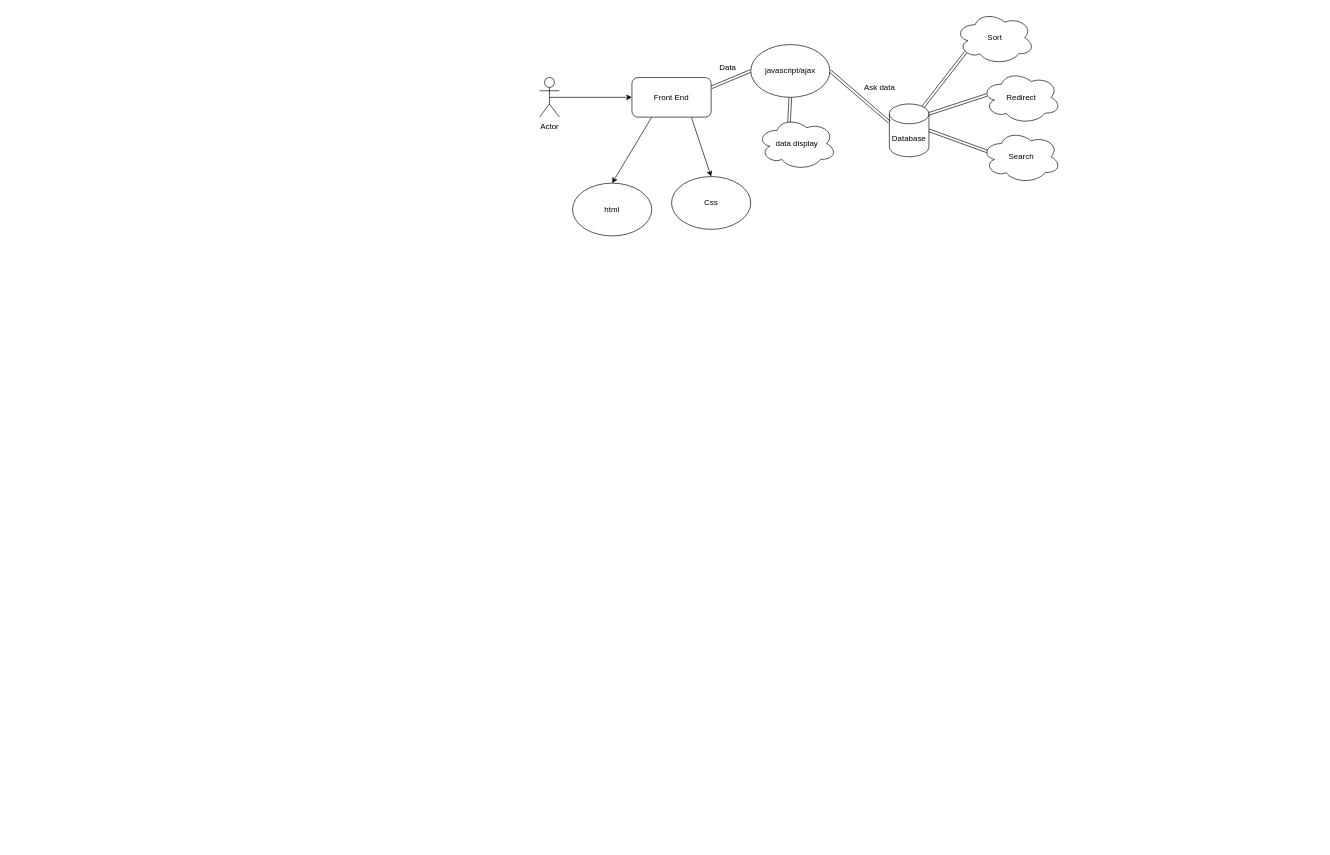
KiRyuWen/Students-Job-Orientation keeps this draw.io diagram as diagram.drawio. Above is the earlier version. Source tidied: cells renumbered, new cells numbered last; positions are measured from the earlier drawing's top-left corner, leaving out a move shared by most shapes. Both pictures are drawn from the tidied source at 66%, with x=0, y=0 at pixel (539, 11).
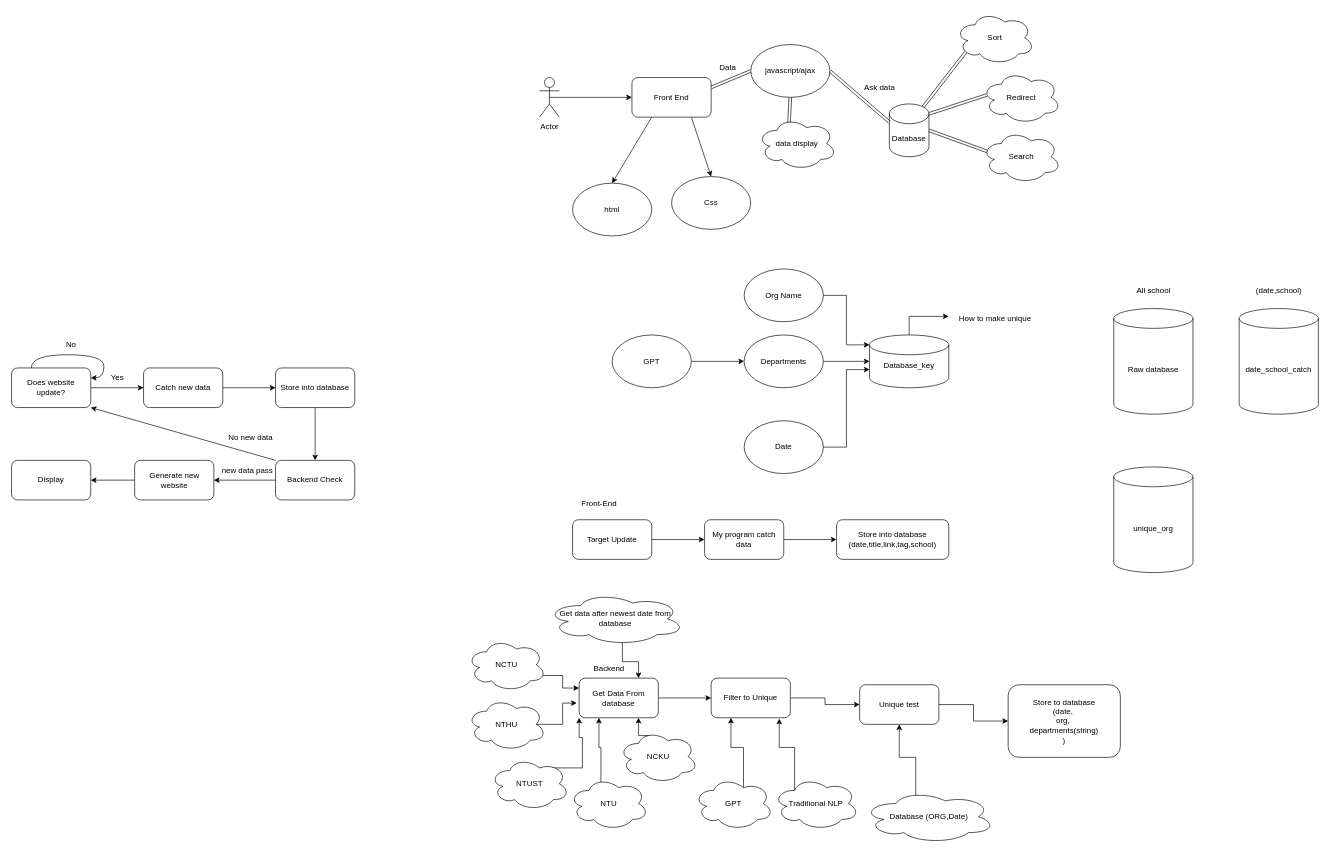
The same diagram, later.

Commit message (it also covers changes not shown here):
backend flow => get data after neweset insert date functionality

Diff of the diagram source:
```diff
@@
+    <mxCell id="23" style="edgeStyle=orthogonalEdgeStyle;rounded=0;jettySize=auto;html=1;" parent="1" edge="1" source="24" target="25">
+      <mxGeometry relative="1" as="geometry" />
+    </mxCell>
+    <mxCell id="24" value="GPT" style="ellipse;whiteSpace=wrap;html=1;" parent="1" vertex="1">
+      <mxGeometry x="110" y="490" width="120" height="80" as="geometry" />
+    </mxCell>
+    <mxCell id="25" value="Departments" style="ellipse;whiteSpace=wrap;html=1;" parent="1" vertex="1">
+      <mxGeometry x="310" y="490" width="120" height="80" as="geometry" />
+    </mxCell>
+    <mxCell id="26" value="&lt;div&gt;Database_key&lt;/div&gt;&lt;div&gt;&lt;br&gt;&lt;/div&gt;" style="shape=cylinder3;whiteSpace=wrap;html=1;boundedLbl=1;backgroundOutline=1;size=15;" parent="1" vertex="1">
+      <mxGeometry x="500" y="490" width="120" height="80" as="geometry" />
+    </mxCell>
+    <mxCell id="27" style="edgeStyle=orthogonalEdgeStyle;rounded=0;jettySize=auto;html=1;exitX=1;exitY=0.5;exitDx=0;exitDy=0;entryX=0;entryY=0.5;entryDx=0;entryDy=0;entryPerimeter=0;" parent="1" edge="1" source="25" target="26">
+      <mxGeometry relative="1" as="geometry" />
+    </mxCell>
+    <mxCell id="28" value="Org Name" style="ellipse;whiteSpace=wrap;html=1;" parent="1" vertex="1">
+      <mxGeometry x="310" y="390" width="120" height="80" as="geometry" />
+    </mxCell>
+    <mxCell id="29" style="edgeStyle=orthogonalEdgeStyle;rounded=0;jettySize=auto;html=1;exitX=1;exitY=0.5;exitDx=0;exitDy=0;entryX=0;entryY=0;entryDx=0;entryDy=15;entryPerimeter=0;" parent="1" edge="1" source="28" target="26">
+      <mxGeometry relative="1" as="geometry" />
+    </mxCell>
+    <mxCell id="30" value="Date" style="ellipse;whiteSpace=wrap;html=1;" parent="1" vertex="1">
+      <mxGeometry x="310" y="620" width="120" height="80" as="geometry" />
+    </mxCell>
+    <mxCell id="31" style="edgeStyle=orthogonalEdgeStyle;rounded=0;jettySize=auto;html=1;exitX=1;exitY=0.5;exitDx=0;exitDy=0;entryX=0;entryY=0;entryDx=0;entryDy=52.5;entryPerimeter=0;" parent="1" edge="1" source="30" target="26">
+      <mxGeometry relative="1" as="geometry" />
+    </mxCell>
+    <mxCell id="32" value="How to make unique" style="text;html=1;align=center;verticalAlign=middle;points=[];strokeColor=none;fillColor=none;" parent="1" vertex="1">
+      <mxGeometry x="620" y="450" width="140" height="30" as="geometry" />
+    </mxCell>
+    <mxCell id="33" style="edgeStyle=orthogonalEdgeStyle;rounded=0;jettySize=auto;html=1;exitX=0.5;exitY=0;exitDx=0;exitDy=0;exitPerimeter=0;entryX=-0.001;entryY=0.395;entryDx=0;entryDy=0;entryPerimeter=0;" parent="1" edge="1" source="26" target="32">
+      <mxGeometry relative="1" as="geometry" />
+    </mxCell>
+    <mxCell id="34" style="edgeStyle=orthogonalEdgeStyle;rounded=0;jettySize=auto;html=1;exitX=1;exitY=0.5;exitDx=0;exitDy=0;entryX=0;entryY=0.5;entryDx=0;entryDy=0;" parent="1" edge="1" source="35" target="45">
+      <mxGeometry relative="1" as="geometry" />
+    </mxCell>
+    <mxCell id="35" value="Get Data From database" style="rounded=1;whiteSpace=wrap;html=1;" parent="1" vertex="1">
+      <mxGeometry x="60" y="1010" width="120" height="60" as="geometry" />
+    </mxCell>
+    <mxCell id="36" value="Backend" style="text;html=1;align=center;verticalAlign=middle;strokeColor=none;fillColor=none;" parent="1" vertex="1">
+      <mxGeometry x="70" y="980" width="70" height="30" as="geometry" />
+    </mxCell>
+    <mxCell id="37" style="group;" parent="1" vertex="1">
+      <mxGeometry x="50" y="730" width="570" height="100" as="geometry" />
+    </mxCell>
+    <mxCell id="38" value="Target Update" style="rounded=1;whiteSpace=wrap;html=1;" parent="37" vertex="1">
+      <mxGeometry y="40" width="120" height="60" as="geometry" />
+    </mxCell>
+    <mxCell id="39" value="My program catch data" style="rounded=1;whiteSpace=wrap;html=1;" parent="37" vertex="1">
+      <mxGeometry x="200" y="40" width="120" height="60" as="geometry" />
+    </mxCell>
+    <mxCell id="40" style="edgeStyle=orthogonalEdgeStyle;rounded=0;jettySize=auto;html=1;" parent="37" edge="1" source="38" target="39">
+      <mxGeometry relative="1" as="geometry" />
+    </mxCell>
+    <mxCell id="41" value="&lt;div&gt;Store into database&lt;/div&gt;&lt;div&gt;(date,title,link,tag,school)&lt;br&gt;&lt;/div&gt;" style="rounded=1;whiteSpace=wrap;html=1;" parent="37" vertex="1">
+      <mxGeometry x="400" y="40" width="170" height="60" as="geometry" />
+    </mxCell>
+    <mxCell id="42" style="edgeStyle=orthogonalEdgeStyle;rounded=0;jettySize=auto;html=1;entryX=0;entryY=0.5;entryDx=0;entryDy=0;" parent="37" edge="1" source="39" target="41">
+      <mxGeometry relative="1" as="geometry" />
+    </mxCell>
+    <mxCell id="43" value="Front-End" style="text;html=1;align=center;verticalAlign=middle;strokeColor=none;fillColor=none;" parent="37" vertex="1">
+      <mxGeometry width="80" height="30" as="geometry" />
+    </mxCell>
+    <mxCell id="44" style="edgeStyle=orthogonalEdgeStyle;rounded=0;jettySize=auto;html=1;exitX=1;exitY=0.5;exitDx=0;exitDy=0;entryX=0;entryY=0.5;entryDx=0;entryDy=0;" parent="1" edge="1" source="45" target="64">
+      <mxGeometry relative="1" as="geometry" />
+    </mxCell>
+    <mxCell id="45" value="Filter to Unique" style="rounded=1;whiteSpace=wrap;html=1;" parent="1" vertex="1">
+      <mxGeometry x="260" y="1010" width="120" height="60" as="geometry" />
+    </mxCell>
+    <mxCell id="46" value="&lt;div&gt;Store to database&lt;/div&gt;&lt;div&gt;(date,&amp;nbsp;&lt;/div&gt;&lt;div&gt;org,&amp;nbsp;&lt;/div&gt;&lt;div&gt;departments(string)&lt;/div&gt;&lt;div&gt;)&lt;br&gt;&lt;/div&gt;" style="rounded=1;whiteSpace=wrap;html=1;" parent="1" vertex="1">
+      <mxGeometry x="710" y="1020" width="170" height="110" as="geometry" />
+    </mxCell>
+    <mxCell id="47" style="edgeStyle=orthogonalEdgeStyle;rounded=0;jettySize=auto;html=1;exitX=0.625;exitY=0.2;exitDx=0;exitDy=0;exitPerimeter=0;entryX=0.25;entryY=1;entryDx=0;entryDy=0;" parent="1" edge="1" source="48" target="45">
+      <mxGeometry relative="1" as="geometry" />
+    </mxCell>
+    <mxCell id="48" value="GPT" style="ellipse;shape=cloud;whiteSpace=wrap;html=1;" parent="1" vertex="1">
+      <mxGeometry x="234" y="1160" width="120" height="80" as="geometry" />
+    </mxCell>
+    <mxCell id="49" style="edgeStyle=orthogonalEdgeStyle;rounded=0;jettySize=auto;html=1;exitX=0.25;exitY=0.25;exitDx=0;exitDy=0;exitPerimeter=0;entryX=0.86;entryY=1.023;entryDx=0;entryDy=0;entryPerimeter=0;" parent="1" edge="1" source="50" target="45">
+      <mxGeometry relative="1" as="geometry" />
+    </mxCell>
+    <mxCell id="50" value="Traditional NLP" style="ellipse;shape=cloud;whiteSpace=wrap;html=1;" parent="1" vertex="1">
+      <mxGeometry x="354" y="1160" width="130" height="80" as="geometry" />
+    </mxCell>
+    <mxCell id="51" style="edgeStyle=orthogonalEdgeStyle;rounded=0;jettySize=auto;html=1;exitX=0.625;exitY=0.2;exitDx=0;exitDy=0;exitPerimeter=0;entryX=0;entryY=1;entryDx=0;entryDy=0;" parent="1" edge="1" source="52" target="35">
+      <mxGeometry relative="1" as="geometry" />
+    </mxCell>
+    <mxCell id="52" value="NTUST" style="ellipse;shape=cloud;whiteSpace=wrap;html=1;" parent="1" vertex="1">
+      <mxGeometry x="-75" y="1130" width="120" height="80" as="geometry" />
+    </mxCell>
+    <mxCell id="53" style="edgeStyle=orthogonalEdgeStyle;rounded=0;jettySize=auto;html=1;exitX=0.4;exitY=0.1;exitDx=0;exitDy=0;exitPerimeter=0;entryX=0.25;entryY=1;entryDx=0;entryDy=0;" parent="1" edge="1" source="54" target="35">
+      <mxGeometry relative="1" as="geometry" />
+    </mxCell>
+    <mxCell id="54" value="NTU" style="ellipse;shape=cloud;whiteSpace=wrap;html=1;" parent="1" vertex="1">
+      <mxGeometry x="45" y="1160" width="120" height="80" as="geometry" />
+    </mxCell>
+    <mxCell id="55" value="NTHU" style="ellipse;shape=cloud;whiteSpace=wrap;html=1;" parent="1" vertex="1">
+      <mxGeometry x="-110" y="1040" width="120" height="80" as="geometry" />
+    </mxCell>
+    <mxCell id="56" style="edgeStyle=orthogonalEdgeStyle;rounded=0;jettySize=auto;html=1;exitX=0.4;exitY=0.1;exitDx=0;exitDy=0;exitPerimeter=0;entryX=0.75;entryY=1;entryDx=0;entryDy=0;" parent="1" edge="1" source="57" target="35">
+      <mxGeometry relative="1" as="geometry" />
+    </mxCell>
+    <mxCell id="57" value="NCKU" style="ellipse;shape=cloud;whiteSpace=wrap;html=1;" parent="1" vertex="1">
+      <mxGeometry x="120" y="1089" width="120" height="80" as="geometry" />
+    </mxCell>
+    <mxCell id="58" style="edgeStyle=orthogonalEdgeStyle;rounded=0;jettySize=auto;html=1;exitX=0.96;exitY=0.7;exitDx=0;exitDy=0;exitPerimeter=0;entryX=0;entryY=0.25;entryDx=0;entryDy=0;" parent="1" edge="1" source="59" target="35">
+      <mxGeometry relative="1" as="geometry" />
+    </mxCell>
+    <mxCell id="59" value="NCTU" style="ellipse;shape=cloud;whiteSpace=wrap;html=1;" parent="1" vertex="1">
+      <mxGeometry x="-110" y="950" width="120" height="80" as="geometry" />
+    </mxCell>
+    <mxCell id="60" style="edgeStyle=orthogonalEdgeStyle;rounded=0;jettySize=auto;html=1;exitX=0.875;exitY=0.5;exitDx=0;exitDy=0;exitPerimeter=0;entryX=-0.03;entryY=0.63;entryDx=0;entryDy=0;entryPerimeter=0;" parent="1" edge="1" source="55" target="35">
+      <mxGeometry relative="1" as="geometry" />
+    </mxCell>
+    <mxCell id="61" style="edgeStyle=orthogonalEdgeStyle;rounded=0;jettySize=auto;html=1;exitX=0.4;exitY=0.1;exitDx=0;exitDy=0;exitPerimeter=0;entryX=0.5;entryY=1;entryDx=0;entryDy=0;" parent="1" edge="1" source="62" target="64">
+      <mxGeometry relative="1" as="geometry" />
+    </mxCell>
+    <mxCell id="62" value="Database (ORG,Date)" style="ellipse;shape=cloud;whiteSpace=wrap;html=1;" parent="1" vertex="1">
+      <mxGeometry x="490" y="1180" width="200" height="80" as="geometry" />
+    </mxCell>
+    <mxCell id="63" style="edgeStyle=orthogonalEdgeStyle;rounded=0;jettySize=auto;html=1;exitX=1;exitY=0.5;exitDx=0;exitDy=0;entryX=0;entryY=0.5;entryDx=0;entryDy=0;" parent="1" edge="1" source="64" target="46">
+      <mxGeometry relative="1" as="geometry" />
+    </mxCell>
+    <mxCell id="64" value="Unique test" style="rounded=1;whiteSpace=wrap;html=1;" parent="1" vertex="1">
+      <mxGeometry x="485" y="1020" width="120" height="60" as="geometry" />
+    </mxCell>
+    <mxCell id="65" style="edgeStyle=orthogonalEdgeStyle;rounded=0;jettySize=auto;html=1;exitX=0.55;exitY=0.95;exitDx=0;exitDy=0;exitPerimeter=0;entryX=0.75;entryY=0;entryDx=0;entryDy=0;" parent="1" edge="1" source="66" target="35">
+      <mxGeometry relative="1" as="geometry" />
+    </mxCell>
+    <mxCell id="66" value="Get data after newest date from database" style="ellipse;shape=cloud;whiteSpace=wrap;html=1;" parent="1" vertex="1">
+      <mxGeometry x="10" y="880" width="210" height="80" as="geometry" />
+    </mxCell>
+    <mxCell id="67" value="Raw database" style="shape=cylinder3;whiteSpace=wrap;html=1;boundedLbl=1;backgroundOutline=1;size=15;" parent="1" vertex="1">
+      <mxGeometry x="870" y="450" width="120" height="160" as="geometry" />
+    </mxCell>
+    <mxCell id="68" value="date_school_catch" style="shape=cylinder3;whiteSpace=wrap;html=1;boundedLbl=1;backgroundOutline=1;size=15;" parent="1" vertex="1">
+      <mxGeometry x="1060" y="450" width="120" height="160" as="geometry" />
+    </mxCell>
+    <mxCell id="69" value="unique_org" style="shape=cylinder3;whiteSpace=wrap;html=1;boundedLbl=1;backgroundOutline=1;size=15;" parent="1" vertex="1">
+      <mxGeometry x="870" y="690" width="120" height="160" as="geometry" />
+    </mxCell>
+    <mxCell id="70" value="All school" style="text;html=1;align=center;verticalAlign=middle;strokeColor=none;fillColor=none;" parent="1" vertex="1">
+      <mxGeometry x="890" y="408" width="80" height="30" as="geometry" />
+    </mxCell>
+    <mxCell id="71" value="(date,school)" style="text;html=1;align=center;verticalAlign=middle;strokeColor=none;fillColor=none;" parent="1" vertex="1">
+      <mxGeometry x="1070" y="408" width="100" height="30" as="geometry" />
+    </mxCell>
+    <mxCell id="72" style="edgeStyle=orthogonalEdgeStyle;rounded=0;jettySize=auto;html=1;" parent="1" edge="1" source="73" target="75">
+      <mxGeometry relative="1" as="geometry" />
+    </mxCell>
+    <mxCell id="73" value="Catch new data" style="rounded=1;whiteSpace=wrap;html=1;" parent="1" vertex="1">
+      <mxGeometry x="-600" y="540" width="120" height="60" as="geometry" />
+    </mxCell>
+    <mxCell id="74" style="edgeStyle=orthogonalEdgeStyle;rounded=0;jettySize=auto;html=1;" parent="1" edge="1" source="75" target="78">
+      <mxGeometry relative="1" as="geometry" />
+    </mxCell>
+    <mxCell id="75" value="Store into database" style="rounded=1;whiteSpace=wrap;html=1;" parent="1" vertex="1">
+      <mxGeometry x="-400" y="540" width="120" height="60" as="geometry" />
+    </mxCell>
+    <mxCell id="76" style="edgeStyle=orthogonalEdgeStyle;rounded=0;jettySize=auto;html=1;" parent="1" edge="1" source="78" target="80">
+      <mxGeometry relative="1" as="geometry" />
+    </mxCell>
+    <mxCell id="77" style="rounded=0;jettySize=auto;html=1;exitX=0;exitY=0;exitDx=0;exitDy=0;entryX=1;entryY=1;entryDx=0;entryDy=0;" parent="1" edge="1" source="78" target="83">
+      <mxGeometry relative="1" as="geometry" />
+    </mxCell>
+    <mxCell id="78" value="Backend Check" style="rounded=1;whiteSpace=wrap;html=1;" parent="1" vertex="1">
+      <mxGeometry x="-400" y="680" width="120" height="60" as="geometry" />
+    </mxCell>
+    <mxCell id="79" style="edgeStyle=orthogonalEdgeStyle;rounded=0;jettySize=auto;html=1;" parent="1" edge="1" source="80" target="81">
+      <mxGeometry relative="1" as="geometry" />
+    </mxCell>
+    <mxCell id="80" value="Generate new website" style="rounded=1;whiteSpace=wrap;html=1;" parent="1" vertex="1">
+      <mxGeometry x="-613.5" y="680" width="120" height="60" as="geometry" />
+    </mxCell>
+    <mxCell id="81" value="Display" style="rounded=1;whiteSpace=wrap;html=1;" parent="1" vertex="1">
+      <mxGeometry x="-800" y="680" width="120" height="60" as="geometry" />
+    </mxCell>
+    <mxCell id="82" style="edgeStyle=orthogonalEdgeStyle;rounded=0;jettySize=auto;html=1;exitX=1;exitY=0.5;exitDx=0;exitDy=0;entryX=0;entryY=0.5;entryDx=0;entryDy=0;" parent="1" edge="1" source="83" target="73">
+      <mxGeometry relative="1" as="geometry" />
+    </mxCell>
+    <mxCell id="83" value="Does website update?" style="rounded=1;whiteSpace=wrap;html=1;" parent="1" vertex="1">
+      <mxGeometry x="-800" y="540" width="120" height="60" as="geometry" />
+    </mxCell>
+    <mxCell id="84" value="new data pass" style="text;html=1;align=center;verticalAlign=middle;strokeColor=none;fillColor=none;" parent="1" vertex="1">
+      <mxGeometry x="-493.5" y="680" width="100" height="30" as="geometry" />
+    </mxCell>
+    <mxCell id="85" value="Yes" style="text;html=1;align=center;verticalAlign=middle;strokeColor=none;fillColor=none;" parent="1" vertex="1">
+      <mxGeometry x="-660" y="540" width="40" height="30" as="geometry" />
+    </mxCell>
+    <mxCell id="86" style="edgeStyle=orthogonalEdgeStyle;rounded=0;orthogonalLoop=1;jettySize=auto;html=1;exitX=0.25;exitY=0;exitDx=0;exitDy=0;curved=1;entryX=1;entryY=0.25;entryDx=0;entryDy=0;" parent="1" edge="1" source="83" target="83">
+      <mxGeometry relative="1" as="geometry" />
+    </mxCell>
+    <mxCell id="87" value="No" style="text;html=1;align=center;verticalAlign=middle;strokeColor=none;fillColor=none;" parent="1" vertex="1">
+      <mxGeometry x="-730" y="490" width="40" height="30" as="geometry" />
+    </mxCell>
+    <mxCell id="88" value="No new data" style="text;html=1;align=center;verticalAlign=middle;strokeColor=none;fillColor=none;" parent="1" vertex="1">
+      <mxGeometry x="-483.5" y="630" width="90" height="30" as="geometry" />
+    </mxCell>
```
